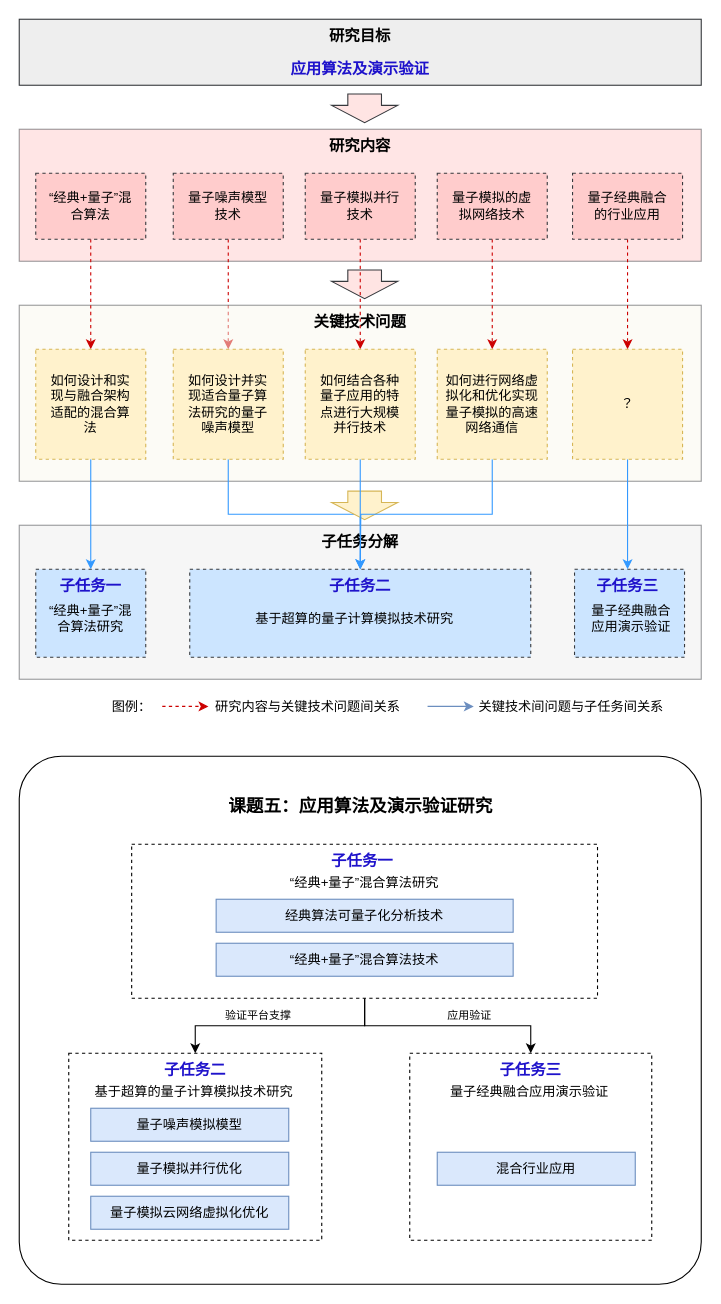
The draw.io diagram 应用算法和演示验证（复旦）.drawio in zhaohuiyang-yzh/quantum_simulation, before the edit. Source tidied: cells renumbered, new cells numbered last; positions are measured from the earlier drawing's top-left corner, leaving out a move shared by most shapes. Both pictures are drawn from the tidied source at 110%, with x=0, y=0 at pixel (19, 19).
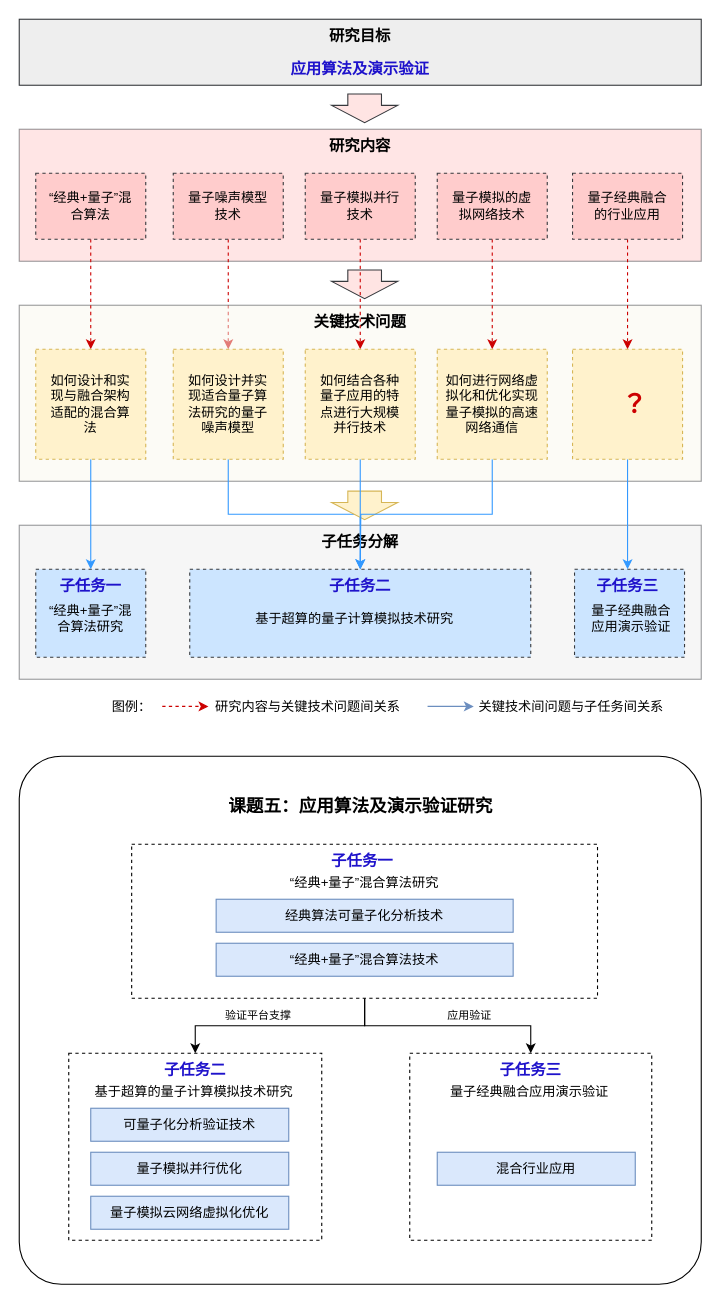
Above is the later version.

Commit message:
更新应用算法和演示验证（复旦）.drawio

Change to the diagram source:
```diff
@@
-    <mxCell id="36" value="量子噪声模拟模型" style="rounded=0;whiteSpace=wrap;html=1;fillColor=#dae8fc;strokeColor=#6c8ebf;" parent="1" vertex="1">
+    <mxCell id="36" value="可量子化分析验证技术" style="rounded=0;whiteSpace=wrap;html=1;fillColor=#dae8fc;strokeColor=#6c8ebf;" parent="1" vertex="1">
       <mxGeometry x="65" y="990" width="180" height="30" as="geometry" />
     </mxCell>
@@
-    <mxCell id="66" value="？" style="text;html=1;align=center;verticalAlign=middle;whiteSpace=wrap;rounded=0;" parent="1" vertex="1">
+    <mxCell id="66" value="&lt;font size=&quot;1&quot; color=&quot;#cc0000&quot;&gt;&lt;b style=&quot;font-size: 23px;&quot;&gt;&amp;nbsp; ？&lt;/b&gt;&lt;/font&gt;" style="text;html=1;align=center;verticalAlign=middle;whiteSpace=wrap;rounded=0;" parent="1" vertex="1">
       <mxGeometry x="513" y="317.5" width="80" height="65" as="geometry" />
     </mxCell>
```
